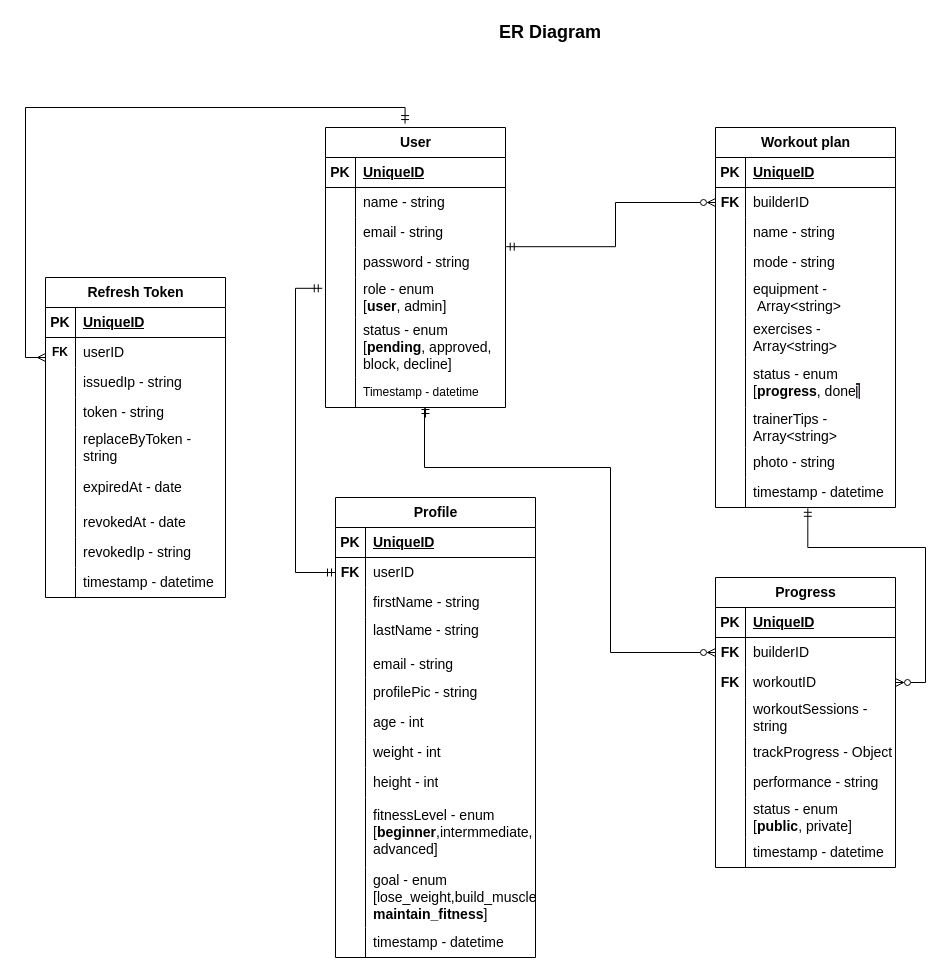
This is diagrams/ERD.drawio from aliakkas006/fitness-training-apps, a draw.io file, before an edit. Source tidied: cells renumbered, new cells numbered last; positions are measured from the earlier drawing's top-left corner, leaving out a move shared by most shapes. Both pictures are drawn from the tidied source at 100%, with x=0, y=0 at pixel (25, 17).
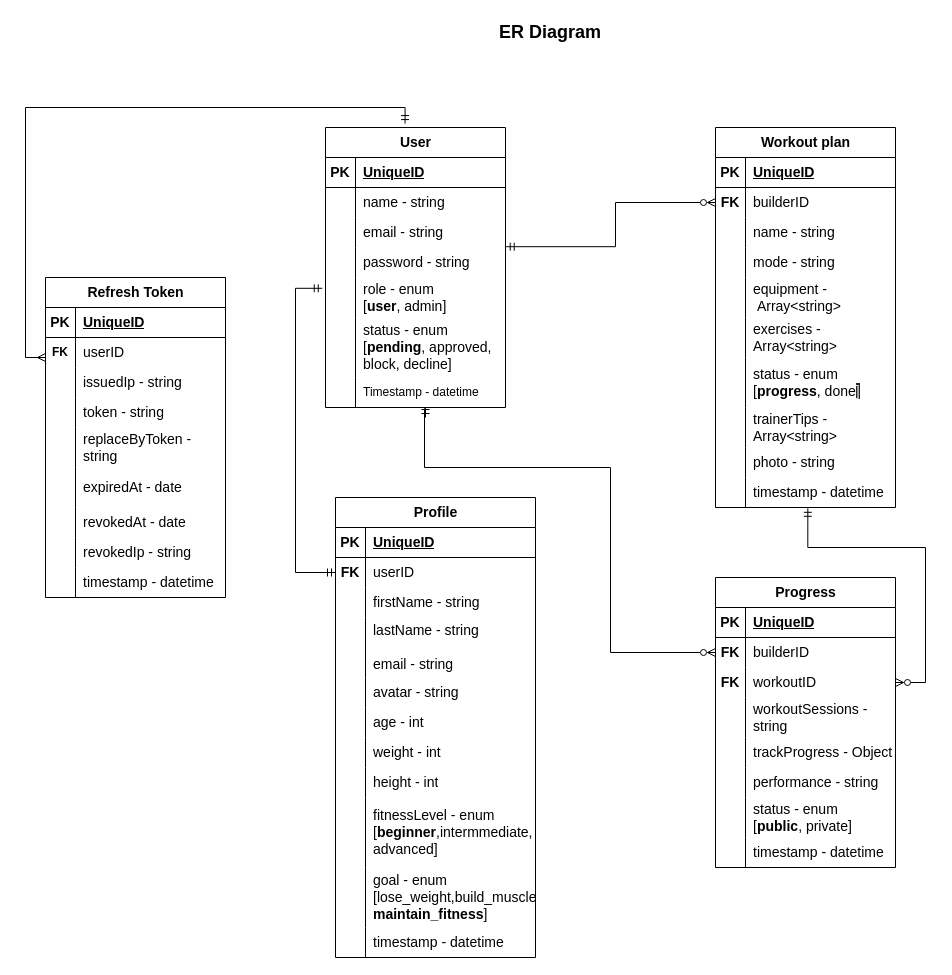
The same diagram, later.

Unchanged cells that the change refers to:
```xml
<mxCell id="93" style="shape=tableRow;horizontal=0;startSize=0;swimlaneHead=0;swimlaneBody=0;fillColor=none;top=0;left=0;right=0;bottom=0;" parent="80" vertex="1">
  <mxGeometry y="180" width="200" height="30" as="geometry" />
</mxCell>
```

Change to the diagram source:
```diff
@@
-    <mxCell id="95" value="&lt;font style=&quot;font-size: 14px;&quot;&gt;profilePic - string&lt;/font&gt;" style="shape=partialRectangle;fillColor=none;top=0;left=0;bottom=0;right=0;align=left;spacingLeft=6;overflow=hidden;whiteSpace=wrap;html=1;" parent="93" vertex="1">
+    <mxCell id="95" value="&lt;font style=&quot;font-size: 14px;&quot;&gt;avatar - string&lt;/font&gt;" style="shape=partialRectangle;fillColor=none;top=0;left=0;bottom=0;right=0;align=left;spacingLeft=6;overflow=hidden;whiteSpace=wrap;html=1;" parent="93" vertex="1">
       <mxGeometry x="30" width="170" height="30" as="geometry" />
     </mxCell>
```
